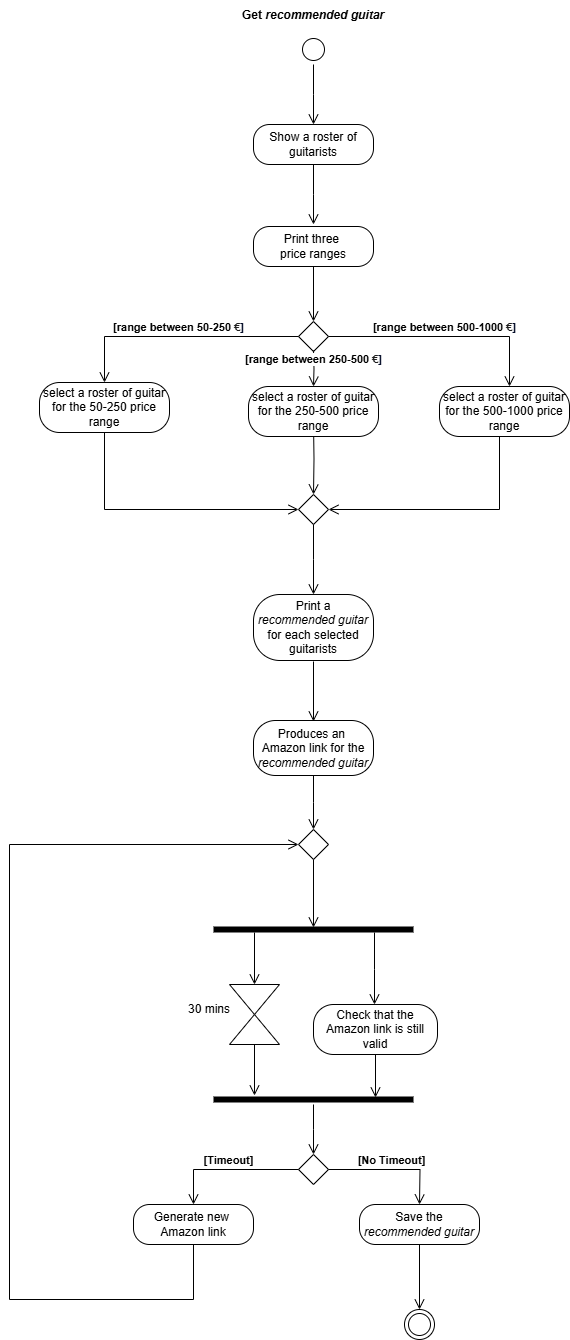
This is ActivityDiagramM.drawio.png from TizianoLilli/ISPW-Project, a draw.io export, as it was before one commit. Source tidied: cells renumbered, new cells last; positions are measured from the earlier drawing's top-left corner, leaving out a move shared by most shapes.
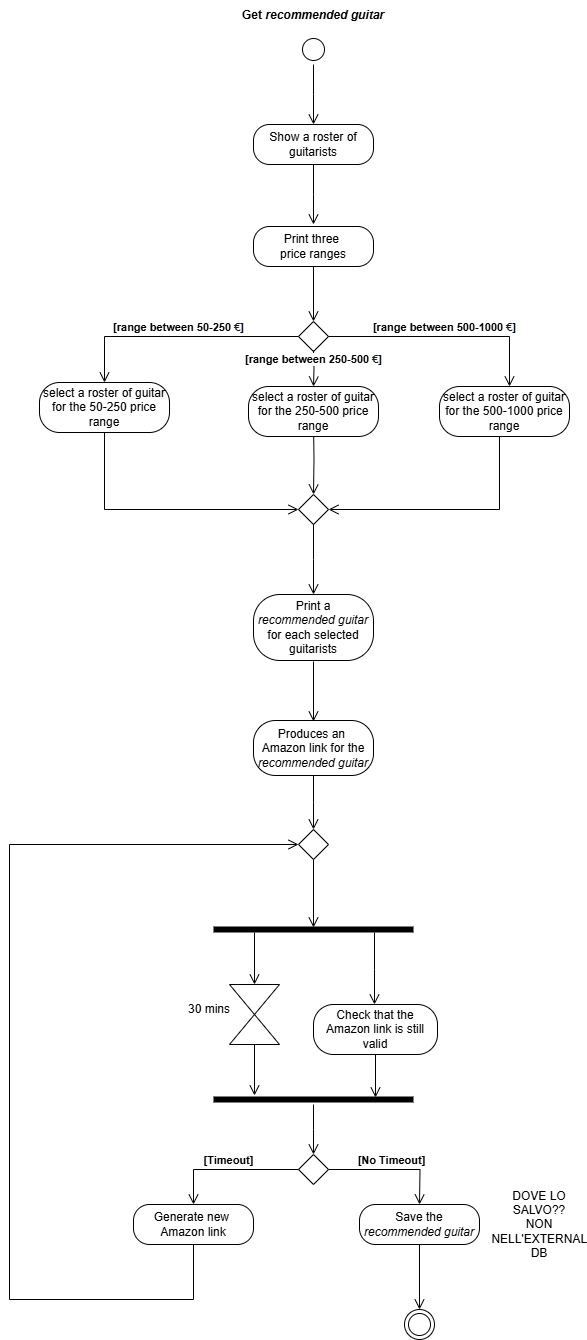
Later version of the same file.

Change to the diagram source:
```diff
@@ -177,5 +177,8 @@
     <mxCell id="45" value="&lt;b&gt;Get &lt;i&gt;recommended guitar&lt;/i&gt;&lt;/b&gt;" style="text;html=1;align=center;verticalAlign=middle;whiteSpace=wrap;rounded=0;labelBackgroundColor=none;" parent="1" vertex="1">
       <mxGeometry x="214" width="180" height="30" as="geometry" />
     </mxCell>
+    <mxCell id="46" value="DOVE LO SALVO??&lt;div&gt;NON NELL'EXTERNAL DB&lt;/div&gt;" style="text;html=1;align=center;verticalAlign=middle;whiteSpace=wrap;rounded=0;" parent="1" vertex="1">
+      <mxGeometry x="500" y="1209" width="60" height="30" as="geometry" />
+    </mxCell>
   </root>
 </mxGraphModel>
```
